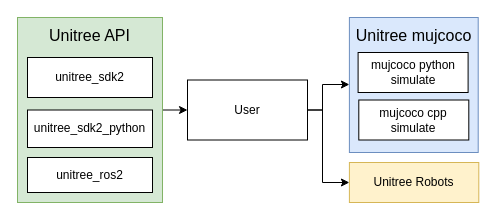
The draw.io diagram doc/fun.dio in unitreerobotics/unitree_mujoco, before the edit. Source tidied: cells renumbered, new cells numbered last; positions are measured from the earlier drawing's top-left corner, leaving out a move shared by most shapes. Both pictures are drawn from the tidied source at 100%, with x=0, y=0 at pixel (17, 17).
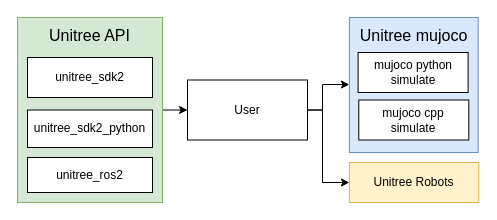
After the change.

What changed in the source:
```diff
@@
 <mxGraphModel>
   <root>
     <mxCell id="0" />
     <mxCell id="1" parent="0" />
     <mxCell id="2" style="whiteSpace=wrap;html=1;fontSize=16;fillColor=#dae8fc;strokeColor=#6c8ebf;" parent="1" vertex="1">
       <mxGeometry x="331.9" width="128.8" height="135" as="geometry" />
     </mxCell>
     <mxCell id="3" style="edgeStyle=none;html=1;exitX=1;exitY=0.5;exitDx=0;exitDy=0;fontSize=16;" parent="1" edge="1" source="4" target="13">
       <mxGeometry relative="1" as="geometry" />
     </mxCell>
     <mxCell id="4" style="rounded=0;whiteSpace=wrap;html=1;fillColor=#d5e8d4;strokeColor=#82b366;" parent="1" vertex="1">
       <mxGeometry width="145" height="185" as="geometry" />
     </mxCell>
     <mxCell id="5" value="unitree_sdk2" style="rounded=0;whiteSpace=wrap;html=1;" parent="1" vertex="1">
       <mxGeometry x="10" y="40" width="125" height="40" as="geometry" />
     </mxCell>
     <mxCell id="6" value="unitree_sdk2_python" style="rounded=0;whiteSpace=wrap;html=1;" parent="1" vertex="1">
       <mxGeometry x="10" y="92.5" width="125" height="37.5" as="geometry" />
     </mxCell>
     <mxCell id="7" value="unitree_ros2" style="rounded=0;whiteSpace=wrap;html=1;" parent="1" vertex="1">
       <mxGeometry x="10" y="140" width="125" height="35" as="geometry" />
     </mxCell>
-    <mxCell id="8" value="mujcoco cpp &lt;br&gt;simulate" style="rounded=0;whiteSpace=wrap;html=1;" parent="1" vertex="1">
+    <mxCell id="8" value="mujoco cpp &lt;br&gt;simulate" style="rounded=0;whiteSpace=wrap;html=1;" parent="1" vertex="1">
       <mxGeometry x="341.3" y="82.5" width="110" height="40" as="geometry" />
     </mxCell>
-    <mxCell id="9" value="mujcoco python&lt;br&gt;simulate" style="rounded=0;whiteSpace=wrap;html=1;" parent="1" vertex="1">
+    <mxCell id="9" value="mujoco python&lt;br&gt;simulate" style="rounded=0;whiteSpace=wrap;html=1;" parent="1" vertex="1">
       <mxGeometry x="340.6" y="35" width="110" height="40" as="geometry" />
     </mxCell>
     <mxCell id="10" value="Unitree Robots" style="rounded=0;whiteSpace=wrap;html=1;fillColor=#fff2cc;strokeColor=#d6b656;" parent="1" vertex="1">
       <mxGeometry x="331.9" y="145" width="129.4" height="40" as="geometry" />
     </mxCell>
     <mxCell id="11" style="edgeStyle=orthogonalEdgeStyle;html=1;exitX=1;exitY=0.5;exitDx=0;exitDy=0;fontSize=16;rounded=0;" parent="1" edge="1" source="13" target="2">
       <mxGeometry relative="1" as="geometry">
         <Array as="points">
           <mxPoint x="305" y="93" />
           <mxPoint x="305" y="67" />
         </Array>
       </mxGeometry>
     </mxCell>
     <mxCell id="12" style="edgeStyle=orthogonalEdgeStyle;rounded=0;html=1;exitX=1;exitY=0.5;exitDx=0;exitDy=0;entryX=0;entryY=0.5;entryDx=0;entryDy=0;fontSize=16;" parent="1" edge="1" source="13" target="10">
       <mxGeometry relative="1" as="geometry">
         <Array as="points">
           <mxPoint x="305" y="93" />
           <mxPoint x="305" y="165" />
         </Array>
       </mxGeometry>
     </mxCell>
     <mxCell id="13" value="User" style="rounded=0;whiteSpace=wrap;html=1;" parent="1" vertex="1">
       <mxGeometry x="170" y="62.5" width="120" height="60" as="geometry" />
     </mxCell>
     <mxCell id="14" value="&lt;font style=&quot;font-size: 16px;&quot;&gt;Unitree API&lt;/font&gt;" style="text;html=1;strokeColor=none;fillColor=none;align=center;verticalAlign=middle;whiteSpace=wrap;rounded=0;" parent="1" vertex="1">
       <mxGeometry x="6.2" width="132.5" height="35" as="geometry" />
     </mxCell>
-    <mxCell id="15" value="&lt;font style=&quot;font-size: 16px;&quot;&gt;Unitree mujcoco&lt;/font&gt;" style="text;html=1;strokeColor=none;fillColor=none;align=center;verticalAlign=middle;whiteSpace=wrap;rounded=0;" parent="1" vertex="1">
+    <mxCell id="15" value="&lt;font style=&quot;font-size: 16px;&quot;&gt;Unitree mujoco&lt;/font&gt;" style="text;html=1;strokeColor=none;fillColor=none;align=center;verticalAlign=middle;whiteSpace=wrap;rounded=0;" parent="1" vertex="1">
       <mxGeometry x="330" width="132.5" height="35" as="geometry" />
     </mxCell>
   </root>
 </mxGraphModel>
```
